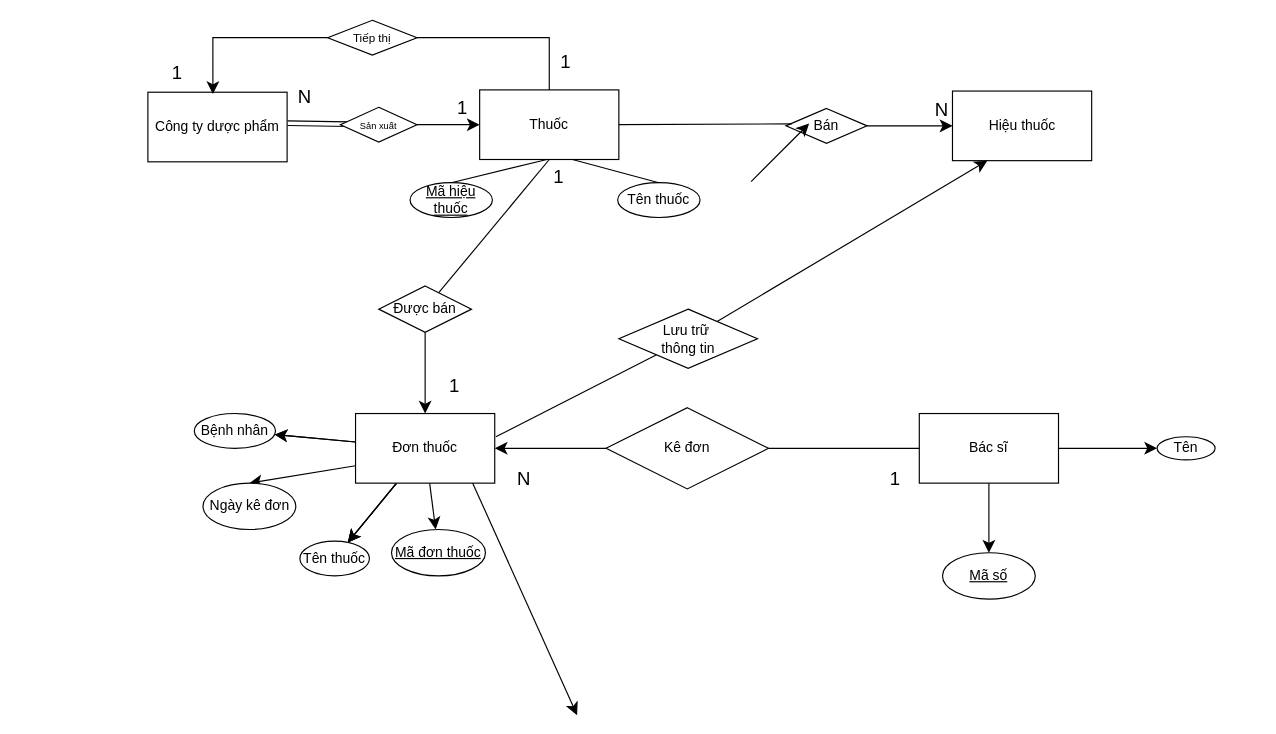
The draw.io diagram BÀI TẬP THIẾT KẾ SƠ ĐỒ ER.drawio in nqminh11605/hine16.github.io, before the edit. Source tidied: cells renumbered, new cells numbered last; positions are measured from the earlier drawing's top-left corner, leaving out a move shared by most shapes. Both pictures are drawn from the tidied source at 116%, with x=0, y=0 at pixel (147, 20).
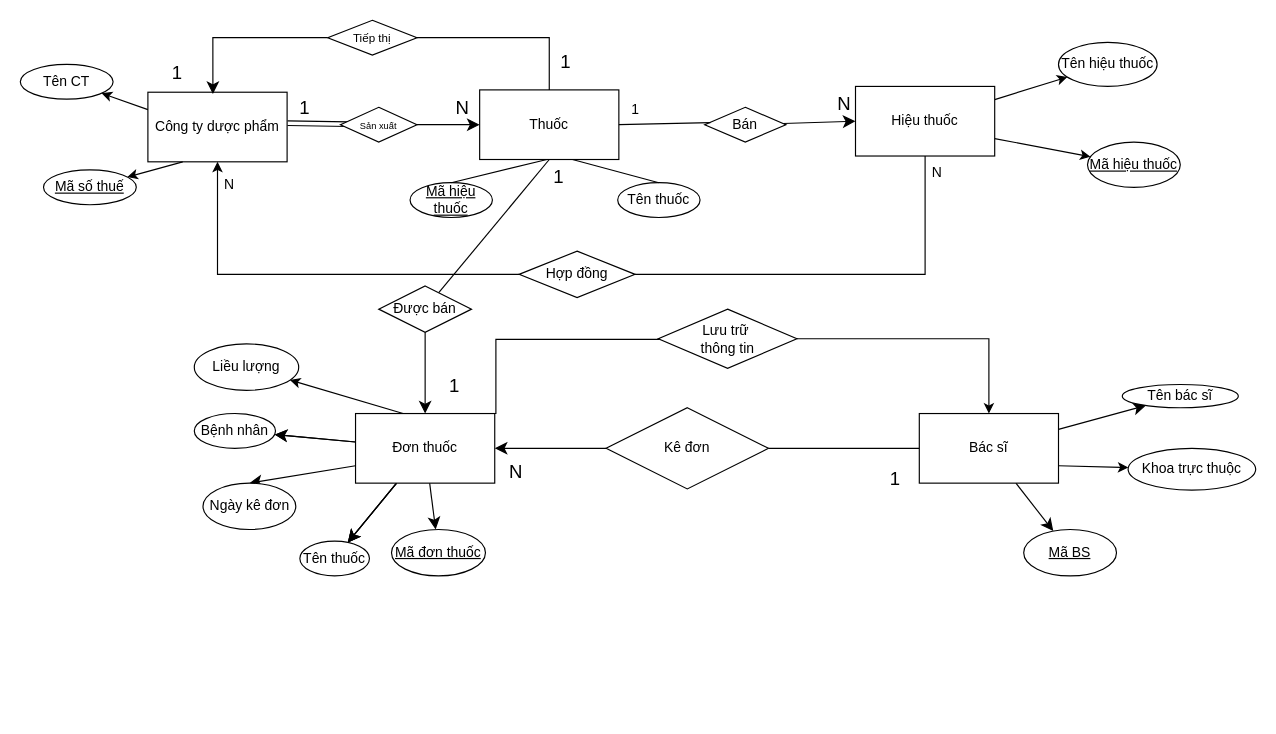
The same page after the edit.

The change refers to these unchanged cells:
```xml
<mxCell id="4" value="Công ty dược phẩm" style="rounded=0;whiteSpace=wrap;html=1;" parent="1" vertex="1">
  <mxGeometry y="62" width="120" height="60" as="geometry" />
</mxCell>
<mxCell id="33" value="Đơn thuốc" style="whiteSpace=wrap;html=1;" parent="1" vertex="1">
  <mxGeometry x="179" y="339" width="120" height="60" as="geometry" />
</mxCell>
<mxCell id="43" value="Bác sĩ" style="whiteSpace=wrap;html=1;" parent="1" vertex="1">
  <mxGeometry x="665" y="339" width="120" height="60" as="geometry" />
</mxCell>
```

Change to the diagram source:
```diff
@@
+    <mxCell id="55" style="rounded=0;jettySize=auto;html=1;" parent="1" edge="1" source="3" target="61">
+      <mxGeometry relative="1" as="geometry" />
+    </mxCell>
     <mxCell id="3" value="Hiệu thuốc" style="rounded=0;whiteSpace=wrap;html=1;" parent="1" vertex="1">
-      <mxGeometry x="693.6" y="61" width="120" height="60" as="geometry" />
+      <mxGeometry x="610" y="57" width="120" height="60" as="geometry" />
     </mxCell>
@@
-    <mxCell id="5" value="N" style="text;html=1;align=center;verticalAlign=middle;strokeColor=none;fillColor=none;fontSize=16;" parent="1" vertex="1">
-      <mxGeometry x="115" y="51" width="40" height="30" as="geometry" />
+    <mxCell id="5" value="1" style="text;html=1;align=center;verticalAlign=middle;strokeColor=none;fillColor=none;fontSize=16;" parent="1" vertex="1">
+      <mxGeometry x="120" y="60" width="30" height="30" as="geometry" />
     </mxCell>
-    <mxCell id="6" value="1" style="text;html=1;align=center;verticalAlign=middle;strokeColor=none;fillColor=none;fontSize=16;" parent="1" vertex="1">
-      <mxGeometry x="256" y="60" width="30" height="30" as="geometry" />
+    <mxCell id="6" value="N" style="text;html=1;align=center;verticalAlign=middle;strokeColor=none;fillColor=none;fontSize=16;" parent="1" vertex="1">
+      <mxGeometry x="251" y="60" width="40" height="30" as="geometry" />
     </mxCell>
@@
     <mxCell id="16" value="Bán" style="rhombus;whiteSpace=wrap;html=1;" parent="1" vertex="1">
-      <mxGeometry x="550" y="76" width="70" height="30" as="geometry" />
+      <mxGeometry x="480" y="75" width="70" height="30" as="geometry" />
     </mxCell>
@@
     <mxCell id="18" value="N" style="text;html=1;align=center;verticalAlign=middle;strokeColor=none;fillColor=none;fontSize=16;" parent="1" vertex="1">
-      <mxGeometry x="663.6" y="62" width="40" height="30" as="geometry" />
+      <mxGeometry x="580" y="57" width="40" height="30" as="geometry" />
     </mxCell>
@@
-    <mxCell id="44" value="Tên" style="ellipse;whiteSpace=wrap;html=1;" parent="1" vertex="1">
-      <mxGeometry x="870" y="359" width="50" height="20" as="geometry" />
+    <mxCell id="44" value="Tên bác sĩ" style="ellipse;whiteSpace=wrap;html=1;" parent="1" vertex="1">
+      <mxGeometry x="840" y="314" width="100" height="20" as="geometry" />
     </mxCell>
-    <mxCell id="45" value="&lt;u&gt;Mã số&lt;/u&gt;" style="ellipse;whiteSpace=wrap;html=1;" parent="1" vertex="1">
-      <mxGeometry x="685" y="459" width="80" height="40" as="geometry" />
+    <mxCell id="45" value="&lt;u&gt;Mã BS&lt;/u&gt;" style="ellipse;whiteSpace=wrap;html=1;" parent="1" vertex="1">
+      <mxGeometry x="755" y="439" width="80" height="40" as="geometry" />
     </mxCell>
-    <mxCell id="46" style="endArrow=none;html=1;rounded=0;fontSize=12;startSize=8;endSize=8;curved=1;" parent="1" edge="1" target="48">
+    <mxCell id="46" style="endArrow=none;html=1;rounded=0;fontSize=12;startSize=8;endSize=8;edgeStyle=orthogonalEdgeStyle;exitX=1;exitY=0;exitDx=0;exitDy=0;" parent="1" edge="1" source="33" target="48">
       <mxGeometry relative="1" as="geometry">
-        <mxPoint x="300" y="359" as="sourcePoint" />
+        <Array as="points">
+          <mxPoint x="300" y="339" />
+          <mxPoint x="300" y="275" />
+        </Array>
       </mxGeometry>
     </mxCell>
-    <mxCell id="47" style="edgeStyle=none;curved=1;rounded=0;jettySize=auto;html=1;fontSize=12;startSize=8;endSize=8;entryX=0.25;entryY=1;entryDx=0;entryDy=0;" parent="1" edge="1" source="48" target="3">
-      <mxGeometry relative="1" as="geometry" />
-    </mxCell>
+    <mxCell id="56" style="edgeStyle=orthogonalEdgeStyle;rounded=0;jettySize=auto;html=1;" parent="1" edge="1" source="48" target="43">
+      <mxGeometry relative="1" as="geometry" />
+    </mxCell>
     <mxCell id="48" value="Lưu trữ&amp;nbsp;&lt;br&gt;thông tin" style="rhombus;whiteSpace=wrap;html=1;" parent="1" vertex="1">
-      <mxGeometry x="406" y="249" width="119.5" height="51" as="geometry" />
+      <mxGeometry x="440" y="249" width="119.5" height="51" as="geometry" />
     </mxCell>
@@
     <mxCell id="52" value="N" style="text;html=1;align=center;verticalAlign=middle;strokeColor=none;fillColor=none;fontSize=16;" parent="1" vertex="1">
-      <mxGeometry x="304" y="380" width="40" height="30" as="geometry" />
+      <mxGeometry x="297" y="374" width="40" height="30" as="geometry" />
     </mxCell>
-    <mxCell id="53" style="endArrow=classic;html=1;rounded=0;fontSize=12;startSize=8;endSize=8;curved=1;" parent="1" edge="1">
-      <mxGeometry relative="1" as="geometry">
-        <mxPoint x="520" y="139" as="sourcePoint" />
-        <mxPoint x="570" y="89" as="targetPoint" />
-      </mxGeometry>
-    </mxCell>
-    <mxCell id="54" style="endArrow=classic;html=1;rounded=0;fontSize=12;startSize=8;endSize=8;curved=1;" parent="1" edge="1">
-      <mxGeometry relative="1" as="geometry">
-        <mxPoint x="280" y="399" as="sourcePoint" />
-        <mxPoint x="370" y="599" as="targetPoint" />
-      </mxGeometry>
-    </mxCell>
+    <mxCell id="57" style="endArrow=classic;html=1;rounded=0;exitX=0.25;exitY=1;exitDx=0;exitDy=0;" parent="1" edge="1" source="4" target="58">
+      <mxGeometry relative="1" as="geometry" />
+    </mxCell>
+    <mxCell id="58" value="&lt;u&gt;Mã số thuế&lt;/u&gt;" style="ellipse;whiteSpace=wrap;html=1;" parent="1" vertex="1">
+      <mxGeometry x="-90" y="129" width="80" height="30" as="geometry" />
+    </mxCell>
+    <mxCell id="59" style="endArrow=classic;html=1;rounded=0;exitX=0;exitY=0.25;exitDx=0;exitDy=0;" parent="1" edge="1" source="4" target="60">
+      <mxGeometry relative="1" as="geometry" />
+    </mxCell>
+    <mxCell id="60" value="Tên CT" style="ellipse;whiteSpace=wrap;html=1;" parent="1" vertex="1">
+      <mxGeometry x="-110" y="38" width="80" height="30" as="geometry" />
+    </mxCell>
+    <mxCell id="61" value="Tên hiệu thuốc" style="ellipse;whiteSpace=wrap;html=1;rounded=0;" parent="1" vertex="1">
+      <mxGeometry x="785" y="19" width="85" height="38" as="geometry" />
+    </mxCell>
+    <mxCell id="62" style="endArrow=classic;html=1;rounded=0;exitX=1;exitY=0.75;exitDx=0;exitDy=0;" parent="1" edge="1" source="3" target="63">
+      <mxGeometry relative="1" as="geometry" />
+    </mxCell>
+    <mxCell id="63" value="&lt;u&gt;Mã hiệu thuốc&lt;/u&gt;" style="ellipse;whiteSpace=wrap;html=1;" parent="1" vertex="1">
+      <mxGeometry x="810" y="105" width="80" height="39" as="geometry" />
+    </mxCell>
+    <mxCell id="64" style="edgeStyle=orthogonalEdgeStyle;rounded=0;jettySize=auto;html=1;entryX=0.5;entryY=1;entryDx=0;entryDy=0;" parent="1" edge="1" source="65" target="4">
+      <mxGeometry relative="1" as="geometry" />
+    </mxCell>
+    <mxCell id="65" value="Hợp đồng" style="rhombus;whiteSpace=wrap;html=1;" parent="1" vertex="1">
+      <mxGeometry x="320" y="199" width="100" height="40" as="geometry" />
+    </mxCell>
+    <mxCell id="66" style="endArrow=none;html=1;rounded=0;entryX=0.5;entryY=1;entryDx=0;entryDy=0;edgeStyle=orthogonalEdgeStyle;exitX=1;exitY=0.5;exitDx=0;exitDy=0;" parent="1" edge="1" source="65" target="3">
+      <mxGeometry relative="1" as="geometry" />
+    </mxCell>
+    <mxCell id="67" value="N" style="text;html=1;align=center;verticalAlign=middle;strokeColor=none;fillColor=none;" parent="1" vertex="1">
+      <mxGeometry x="55" y="127" width="30" height="30" as="geometry" />
+    </mxCell>
+    <mxCell id="68" value="1" style="text;html=1;align=center;verticalAlign=middle;strokeColor=none;fillColor=none;" parent="1" vertex="1">
+      <mxGeometry x="405" y="62" width="30" height="30" as="geometry" />
+    </mxCell>
+    <mxCell id="69" style="endArrow=classic;html=1;rounded=0;exitX=1;exitY=0.75;exitDx=0;exitDy=0;" parent="1" edge="1" source="43" target="70">
+      <mxGeometry relative="1" as="geometry" />
+    </mxCell>
+    <mxCell id="70" value="Khoa trực thuộc" style="ellipse;whiteSpace=wrap;html=1;" parent="1" vertex="1">
+      <mxGeometry x="845" y="369" width="110" height="36" as="geometry" />
+    </mxCell>
+    <mxCell id="71" style="endArrow=classic;html=1;rounded=0;" parent="1" edge="1" target="72">
+      <mxGeometry relative="1" as="geometry">
+        <mxPoint x="220" y="339" as="sourcePoint" />
+      </mxGeometry>
+    </mxCell>
+    <mxCell id="72" value="Liều lượng" style="ellipse;whiteSpace=wrap;html=1;" parent="1" vertex="1">
+      <mxGeometry x="40" y="279" width="90" height="40" as="geometry" />
+    </mxCell>
+    <mxCell id="73" value="N" style="text;html=1;align=center;verticalAlign=middle;strokeColor=none;fillColor=none;" parent="1" vertex="1">
+      <mxGeometry x="665" y="117" width="30" height="30" as="geometry" />
+    </mxCell>
```
